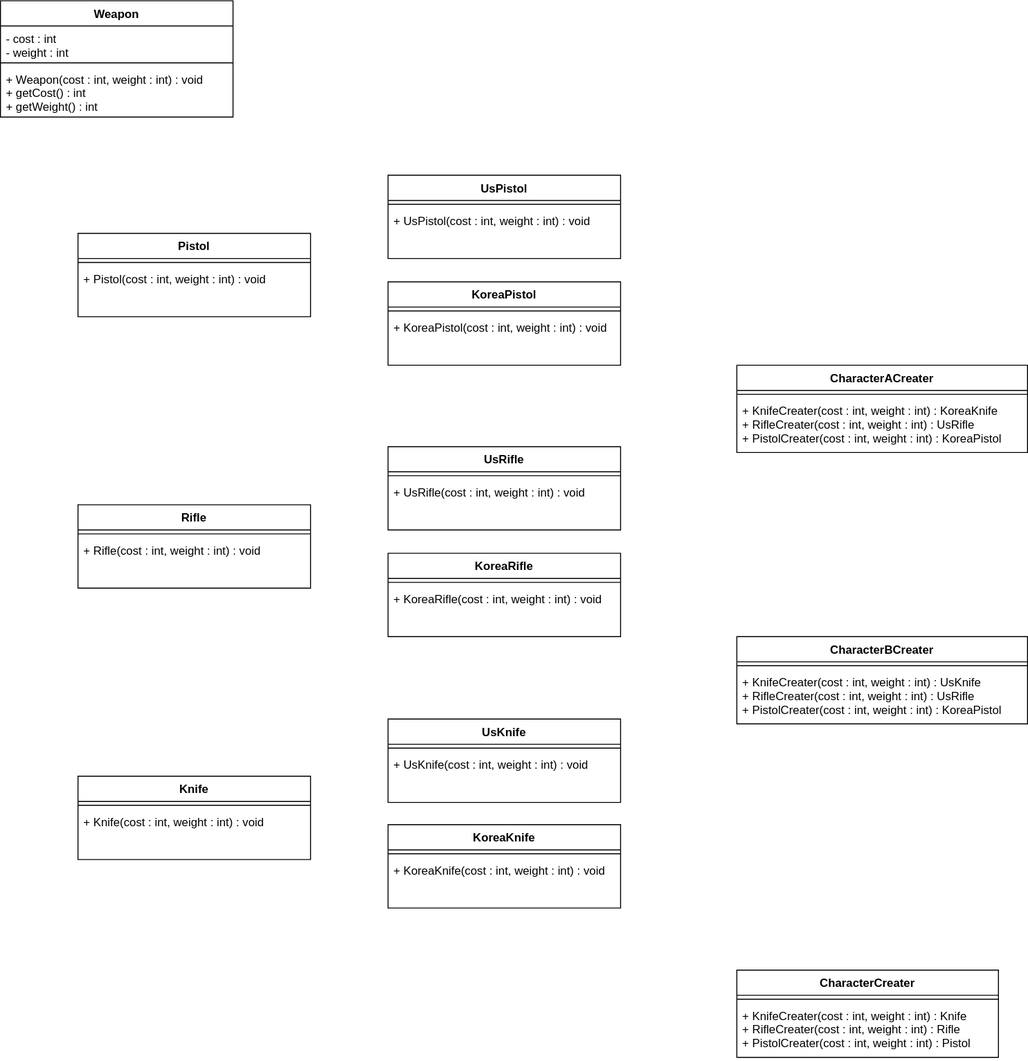
This is app/src/main/resources/abstract_factory/AbstractMethod_Example.drawio.svg from jongHyeon0000/DesignPattern-example, a draw.io export, as it was before one commit. Source tidied: cells renumbered, new cells last; positions are measured from the earlier drawing's top-left corner, leaving out a move shared by most shapes.
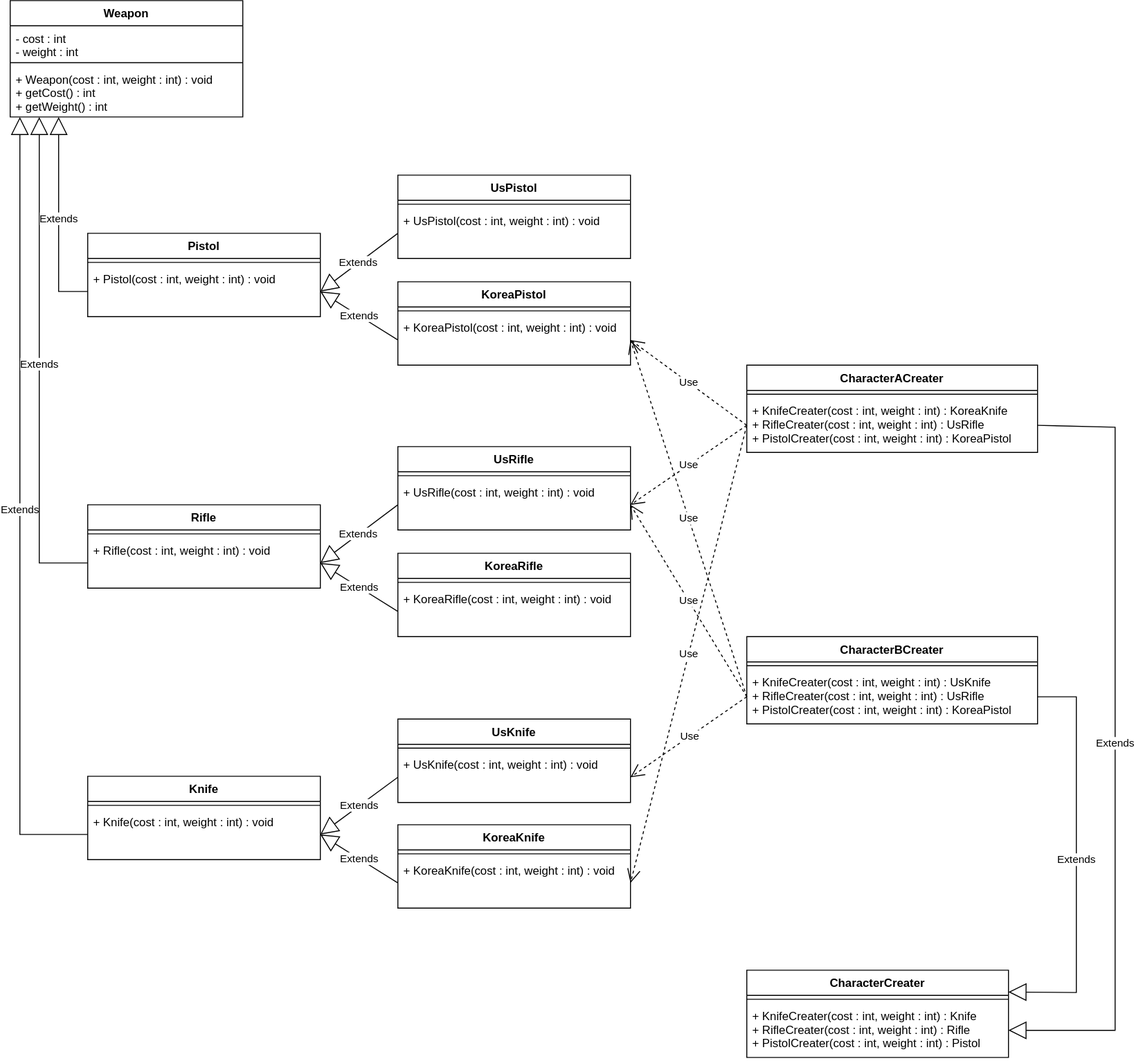
Above is the later version.

What changed in the source:
```diff
@@ -122,5 +122,81 @@
     <mxCell id="41" value="+ KnifeCreater(cost : int, weight : int) : UsKnife&#10;+ RifleCreater(cost : int, weight : int) : UsRifle&#10;+ PistolCreater(cost : int, weight : int) : KoreaPistol" style="text;strokeColor=none;fillColor=none;align=left;verticalAlign=top;spacingLeft=4;spacingRight=4;overflow=hidden;points=[[0,0.5],[1,0.5]];portConstraint=eastwest;" parent="39" vertex="1">
       <mxGeometry y="34" width="300" height="56" as="geometry" />
     </mxCell>
+    <mxCell id="42" value="Extends" style="endArrow=block;endSize=16;endFill=0;html=1;rounded=0;exitX=0;exitY=0.5;exitDx=0;exitDy=0;" parent="1" edge="1" source="14">
+      <mxGeometry relative="1" as="geometry">
+        <mxPoint x="10" y="120" as="targetPoint" />
+        <Array as="points">
+          <mxPoint x="10" y="860" />
+        </Array>
+      </mxGeometry>
+    </mxCell>
+    <mxCell id="43" value="Extends" style="endArrow=block;endSize=16;endFill=0;html=1;rounded=0;exitX=0;exitY=0.5;exitDx=0;exitDy=0;" parent="1" edge="1" source="8">
+      <mxGeometry relative="1" as="geometry">
+        <mxPoint x="30" y="120" as="targetPoint" />
+        <Array as="points">
+          <mxPoint x="30" y="580" />
+        </Array>
+      </mxGeometry>
+    </mxCell>
+    <mxCell id="44" value="Extends" style="endArrow=block;endSize=16;endFill=0;html=1;rounded=0;exitX=0;exitY=0.5;exitDx=0;exitDy=0;" parent="1" edge="1" source="11">
+      <mxGeometry relative="1" as="geometry">
+        <mxPoint x="50" y="120" as="targetPoint" />
+        <Array as="points">
+          <mxPoint x="50" y="300" />
+        </Array>
+      </mxGeometry>
+    </mxCell>
+    <mxCell id="45" value="Extends" style="endArrow=block;endSize=16;endFill=0;html=1;rounded=0;entryX=1;entryY=0.5;entryDx=0;entryDy=0;exitX=0;exitY=0.5;exitDx=0;exitDy=0;" parent="1" edge="1" source="17" target="11">
+      <mxGeometry relative="1" as="geometry" />
+    </mxCell>
+    <mxCell id="46" value="Extends" style="endArrow=block;endSize=16;endFill=0;html=1;rounded=0;entryX=1;entryY=0.5;entryDx=0;entryDy=0;exitX=0;exitY=0.5;exitDx=0;exitDy=0;" parent="1" edge="1" source="20" target="11">
+      <mxGeometry relative="1" as="geometry" />
+    </mxCell>
+    <mxCell id="47" value="Extends" style="endArrow=block;endSize=16;endFill=0;html=1;rounded=0;entryX=1;entryY=0.5;entryDx=0;entryDy=0;exitX=0;exitY=0.5;exitDx=0;exitDy=0;" parent="1" edge="1" source="23" target="8">
+      <mxGeometry relative="1" as="geometry" />
+    </mxCell>
+    <mxCell id="48" value="Extends" style="endArrow=block;endSize=16;endFill=0;html=1;rounded=0;entryX=1;entryY=0.5;entryDx=0;entryDy=0;exitX=0;exitY=0.5;exitDx=0;exitDy=0;" parent="1" edge="1" source="26" target="8">
+      <mxGeometry relative="1" as="geometry" />
+    </mxCell>
+    <mxCell id="49" value="Extends" style="endArrow=block;endSize=16;endFill=0;html=1;rounded=0;exitX=0;exitY=0.5;exitDx=0;exitDy=0;entryX=1;entryY=0.5;entryDx=0;entryDy=0;" parent="1" edge="1" source="32" target="14">
+      <mxGeometry relative="1" as="geometry" />
+    </mxCell>
+    <mxCell id="50" value="Extends" style="endArrow=block;endSize=16;endFill=0;html=1;rounded=0;entryX=1;entryY=0.5;entryDx=0;entryDy=0;exitX=0;exitY=0.5;exitDx=0;exitDy=0;" parent="1" edge="1" source="29" target="14">
+      <mxGeometry relative="1" as="geometry" />
+    </mxCell>
+    <mxCell id="51" value="Use" style="endArrow=open;endSize=12;dashed=1;html=1;rounded=0;entryX=1;entryY=0.5;entryDx=0;entryDy=0;exitX=0;exitY=0.5;exitDx=0;exitDy=0;" parent="1" edge="1" source="38" target="20">
+      <mxGeometry relative="1" as="geometry" />
+    </mxCell>
+    <mxCell id="52" value="Use" style="endArrow=open;endSize=12;dashed=1;html=1;rounded=0;entryX=1;entryY=0.5;entryDx=0;entryDy=0;exitX=0;exitY=0.5;exitDx=0;exitDy=0;" parent="1" edge="1" source="38" target="23">
+      <mxGeometry relative="1" as="geometry" />
+    </mxCell>
+    <mxCell id="53" value="Use" style="endArrow=open;endSize=12;dashed=1;html=1;rounded=0;entryX=1;entryY=0.5;entryDx=0;entryDy=0;exitX=0;exitY=0.5;exitDx=0;exitDy=0;" parent="1" edge="1" source="38" target="29">
+      <mxGeometry relative="1" as="geometry" />
+    </mxCell>
+    <mxCell id="54" value="Use" style="endArrow=open;endSize=12;dashed=1;html=1;rounded=0;entryX=1;entryY=0.5;entryDx=0;entryDy=0;exitX=0;exitY=0.5;exitDx=0;exitDy=0;" parent="1" edge="1" source="41" target="20">
+      <mxGeometry relative="1" as="geometry" />
+    </mxCell>
+    <mxCell id="55" value="Use" style="endArrow=open;endSize=12;dashed=1;html=1;rounded=0;entryX=1;entryY=0.5;entryDx=0;entryDy=0;exitX=0;exitY=0.5;exitDx=0;exitDy=0;" parent="1" edge="1" source="41" target="23">
+      <mxGeometry relative="1" as="geometry" />
+    </mxCell>
+    <mxCell id="56" value="Use" style="endArrow=open;endSize=12;dashed=1;html=1;rounded=0;entryX=1;entryY=0.5;entryDx=0;entryDy=0;exitX=0;exitY=0.5;exitDx=0;exitDy=0;" parent="1" edge="1" source="41" target="32">
+      <mxGeometry relative="1" as="geometry" />
+    </mxCell>
+    <mxCell id="57" value="Extends" style="endArrow=block;endSize=16;endFill=0;html=1;rounded=0;exitX=1;exitY=0.5;exitDx=0;exitDy=0;entryX=1;entryY=0.5;entryDx=0;entryDy=0;" parent="1" edge="1" source="38" target="35">
+      <mxGeometry relative="1" as="geometry">
+        <Array as="points">
+          <mxPoint x="1140" y="440" />
+          <mxPoint x="1140" y="1062" />
+        </Array>
+      </mxGeometry>
+    </mxCell>
+    <mxCell id="58" value="Extends" style="endArrow=block;endSize=16;endFill=0;html=1;rounded=0;exitX=1;exitY=0.5;exitDx=0;exitDy=0;entryX=1;entryY=0.25;entryDx=0;entryDy=0;" parent="1" edge="1" source="41" target="33">
+      <mxGeometry relative="1" as="geometry">
+        <Array as="points">
+          <mxPoint x="1100" y="718" />
+          <mxPoint x="1100" y="1023" />
+        </Array>
+      </mxGeometry>
+    </mxCell>
   </root>
 </mxGraphModel>
```
